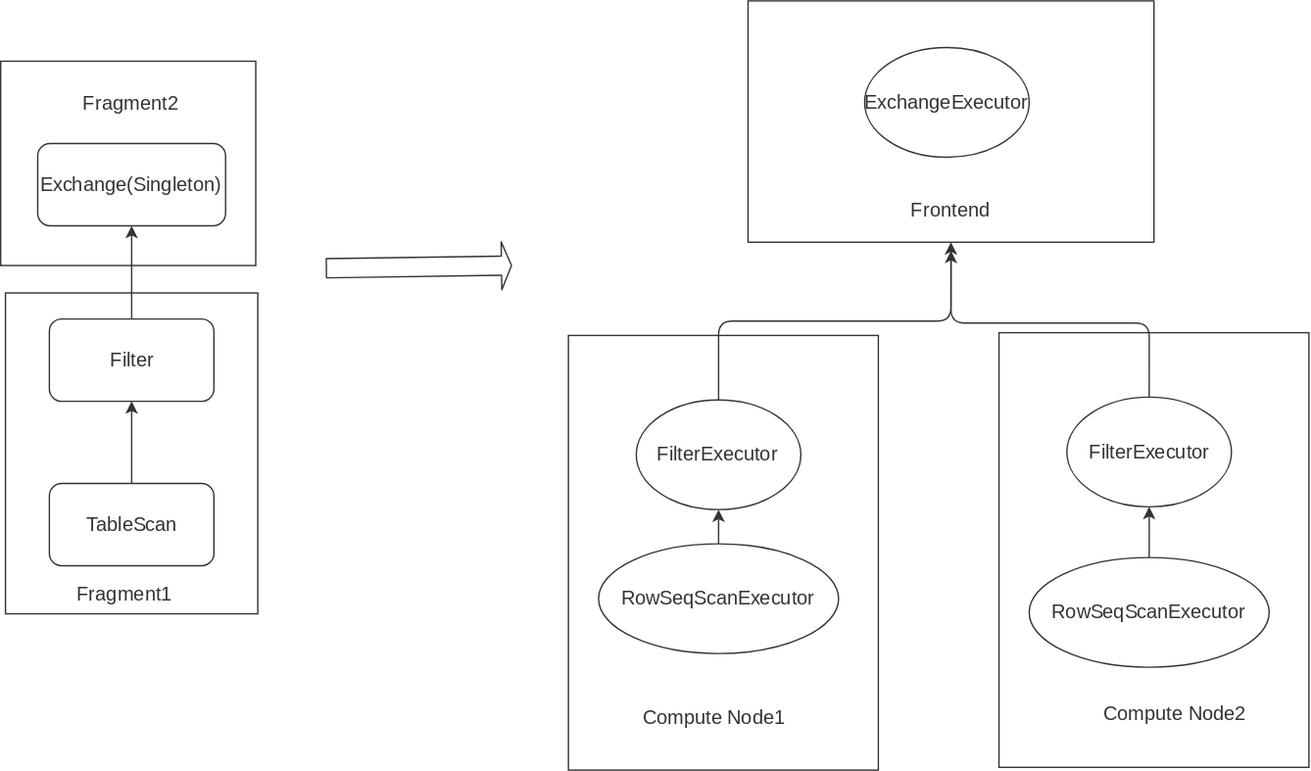
The draw.io diagram docs/images/batch-local-execution-mode/example1.svg in risingwavelabs/risingwave, before a commit. Source tidied: cells renumbered, new cells last; positions are measured from the earlier drawing's top-left corner, leaving out a move shared by most shapes. The source it was exported from:
```xml
<mxGraphModel>
  <root>
    <mxCell id="0" />
    <mxCell id="1" parent="0" />
    <mxCell id="2" style="rounded=0;whiteSpace=wrap;html=1;fontFamily=Salesforce Sans Web;fontSize=14;fontColor=#333333;strokeColor=#333333;" parent="1" vertex="1">
      <mxGeometry x="414" y="244" width="226" height="317" as="geometry" />
    </mxCell>
    <mxCell id="3" style="rounded=0;whiteSpace=wrap;html=1;fontFamily=Salesforce Sans Web;fontSize=14;fontColor=#333333;strokeColor=#333333;" parent="1" vertex="1">
      <mxGeometry x="545" width="296" height="176" as="geometry" />
    </mxCell>
    <mxCell id="4" style="rounded=0;whiteSpace=wrap;html=1;fontFamily=Salesforce Sans Web;fontSize=14;fontColor=#333333;strokeColor=#333333;" parent="1" vertex="1">
      <mxGeometry y="44" width="186" height="149" as="geometry" />
    </mxCell>
    <mxCell id="5" style="rounded=0;whiteSpace=wrap;html=1;fontFamily=Salesforce Sans Web;fontSize=14;fontColor=#333333;strokeColor=#333333;" parent="1" vertex="1">
      <mxGeometry x="3.5" y="213" width="184" height="234" as="geometry" />
    </mxCell>
    <mxCell id="6" value="Exchange(Singleton)" style="rounded=1;whiteSpace=wrap;html=1;fontFamily=Salesforce Sans Web;fontSize=14;fontColor=#333333;strokeColor=#333333;" parent="1" vertex="1">
      <mxGeometry x="27" y="104" width="137" height="60" as="geometry" />
    </mxCell>
    <mxCell id="7" style="edgeStyle=orthogonalEdgeStyle;jettySize=auto;html=1;fontFamily=Salesforce Sans Web;fontSize=13;fontColor=#333333;strokeColor=#333333;" parent="1" edge="1" source="8" target="6">
      <mxGeometry relative="1" as="geometry" />
    </mxCell>
    <mxCell id="8" value="Filter" style="whiteSpace=wrap;html=1;fontSize=14;fontFamily=Salesforce Sans Web;strokeColor=#333333;fontColor=#333333;rounded=1;" parent="1" vertex="1">
      <mxGeometry x="35.5" y="232" width="120" height="60" as="geometry" />
    </mxCell>
    <mxCell id="9" style="edgeStyle=orthogonalEdgeStyle;jettySize=auto;html=1;fontFamily=Salesforce Sans Web;fontSize=13;fontColor=#333333;strokeColor=#333333;" parent="1" edge="1" source="10" target="8">
      <mxGeometry relative="1" as="geometry" />
    </mxCell>
    <mxCell id="10" value="TableScan" style="whiteSpace=wrap;html=1;fontSize=14;fontFamily=Salesforce Sans Web;strokeColor=#333333;fontColor=#333333;rounded=1;" parent="1" vertex="1">
      <mxGeometry x="35.5" y="352" width="120" height="60" as="geometry" />
    </mxCell>
    <mxCell id="11" value="Fragment1" style="text;html=1;align=center;verticalAlign=middle;strokeColor=none;fillColor=none;fontSize=14;fontFamily=Salesforce Sans Web;fontColor=#333333;" parent="1" vertex="1">
      <mxGeometry x="50" y="422" width="80" height="21" as="geometry" />
    </mxCell>
    <mxCell id="12" value="Fragment2" style="text;html=1;strokeColor=none;fillColor=none;align=center;verticalAlign=middle;whiteSpace=wrap;rounded=0;fontFamily=Salesforce Sans Web;fontSize=14;fontColor=#333333;" parent="1" vertex="1">
      <mxGeometry x="65.5" y="60" width="60" height="30" as="geometry" />
    </mxCell>
    <mxCell id="13" value="ExchangeExecutor" style="ellipse;whiteSpace=wrap;html=1;fontFamily=Salesforce Sans Web;fontSize=14;fontColor=#333333;strokeColor=#333333;" parent="1" vertex="1">
      <mxGeometry x="630" y="34" width="120" height="80" as="geometry" />
    </mxCell>
    <mxCell id="14" value="Frontend" style="text;html=1;strokeColor=none;fillColor=none;align=center;verticalAlign=middle;whiteSpace=wrap;rounded=0;fontFamily=Salesforce Sans Web;fontSize=14;fontColor=#333333;" parent="1" vertex="1">
      <mxGeometry x="663" y="138" width="60" height="30" as="geometry" />
    </mxCell>
    <mxCell id="15" style="edgeStyle=orthogonalEdgeStyle;jettySize=auto;html=1;fontFamily=Salesforce Sans Web;fontSize=13;fontColor=#333333;strokeColor=#333333;" parent="1" edge="1" source="16" target="3">
      <mxGeometry relative="1" as="geometry" />
    </mxCell>
    <mxCell id="16" value="FilterExecutor" style="ellipse;whiteSpace=wrap;html=1;fontFamily=Salesforce Sans Web;fontSize=14;fontColor=#333333;strokeColor=#333333;" parent="1" vertex="1">
      <mxGeometry x="463.5" y="291" width="120" height="80" as="geometry" />
    </mxCell>
    <mxCell id="17" style="edgeStyle=orthogonalEdgeStyle;jettySize=auto;html=1;fontFamily=Salesforce Sans Web;fontSize=13;fontColor=#333333;strokeColor=#333333;" parent="1" edge="1" source="18" target="16">
      <mxGeometry relative="1" as="geometry" />
    </mxCell>
    <mxCell id="18" value="RowSeqScanExecutor" style="ellipse;whiteSpace=wrap;html=1;fontFamily=Salesforce Sans Web;fontSize=14;fontColor=#333333;strokeColor=#333333;" parent="1" vertex="1">
      <mxGeometry x="436" y="396" width="175" height="80" as="geometry" />
    </mxCell>
    <mxCell id="19" value="Compute Node1" style="text;html=1;strokeColor=none;fillColor=none;align=center;verticalAlign=middle;whiteSpace=wrap;rounded=0;fontFamily=Salesforce Sans Web;fontSize=14;fontColor=#333333;" parent="1" vertex="1">
      <mxGeometry x="456.5" y="508" width="127" height="30" as="geometry" />
    </mxCell>
    <mxCell id="20" style="rounded=0;whiteSpace=wrap;html=1;fontFamily=Salesforce Sans Web;fontSize=14;fontColor=#333333;strokeColor=#333333;" parent="1" vertex="1">
      <mxGeometry x="728" y="242" width="226" height="317" as="geometry" />
    </mxCell>
    <mxCell id="21" style="edgeStyle=orthogonalEdgeStyle;jettySize=auto;html=1;fontFamily=Salesforce Sans Web;fontSize=13;fontColor=#333333;strokeColor=#333333;exitX=0.5;exitY=0;exitDx=0;exitDy=0;" parent="1" edge="1" source="22">
      <mxGeometry relative="1" as="geometry">
        <mxPoint x="693" y="182.2" as="targetPoint" />
        <Array as="points">
          <mxPoint x="838" y="235" />
          <mxPoint x="693" y="235" />
        </Array>
      </mxGeometry>
    </mxCell>
    <mxCell id="22" value="FilterExecutor" style="ellipse;whiteSpace=wrap;html=1;fontFamily=Salesforce Sans Web;fontSize=14;fontColor=#333333;strokeColor=#333333;" parent="1" vertex="1">
      <mxGeometry x="777.5" y="289" width="120" height="80" as="geometry" />
    </mxCell>
    <mxCell id="23" style="edgeStyle=orthogonalEdgeStyle;jettySize=auto;html=1;fontFamily=Salesforce Sans Web;fontSize=13;fontColor=#333333;strokeColor=#333333;" parent="1" edge="1" source="24" target="22">
      <mxGeometry relative="1" as="geometry" />
    </mxCell>
    <mxCell id="24" value="RowSeqScanExecutor" style="ellipse;whiteSpace=wrap;html=1;fontFamily=Salesforce Sans Web;fontSize=14;fontColor=#333333;strokeColor=#333333;" parent="1" vertex="1">
      <mxGeometry x="750" y="406" width="175" height="80" as="geometry" />
    </mxCell>
    <mxCell id="25" value="Compute Node2" style="text;html=1;strokeColor=none;fillColor=none;align=center;verticalAlign=middle;whiteSpace=wrap;rounded=0;fontFamily=Salesforce Sans Web;fontSize=14;fontColor=#333333;" parent="1" vertex="1">
      <mxGeometry x="793" y="505" width="127" height="30" as="geometry" />
    </mxCell>
    <mxCell id="26" style="shape=flexArrow;endArrow=classic;html=1;fontFamily=Salesforce Sans Web;fontSize=13;fontColor=#333333;strokeColor=#333333;width=14;endSize=2.1;" parent="1" edge="1">
      <mxGeometry relative="1" as="geometry">
        <mxPoint x="237" y="195" as="sourcePoint" />
        <mxPoint x="373" y="193" as="targetPoint" />
      </mxGeometry>
    </mxCell>
  </root>
</mxGraphModel>
```
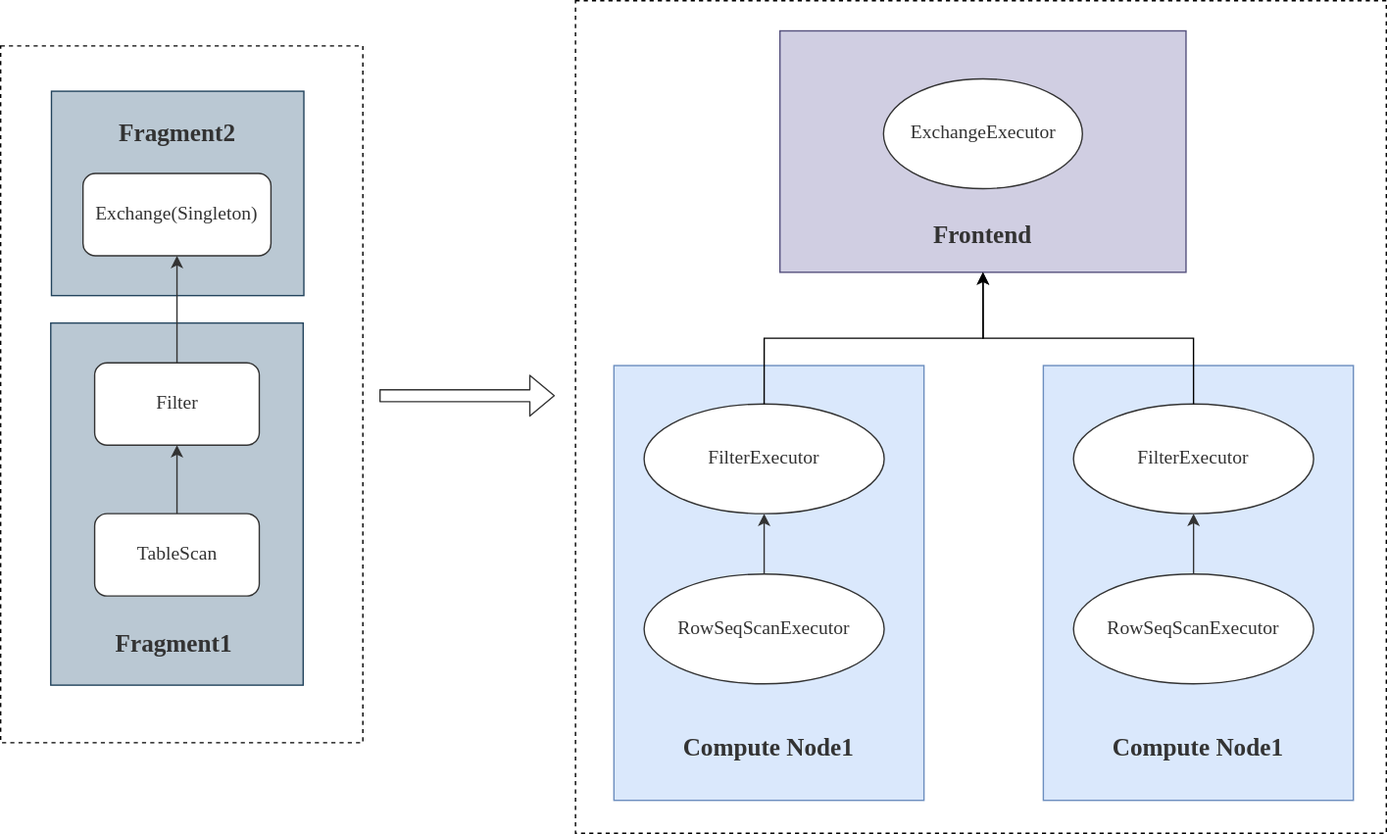
Above is the later version.

Diff of the diagram source:
```diff
@@ -2,17 +2,23 @@
   <root>
     <mxCell id="0" />
     <mxCell id="1" parent="0" />
+    <mxCell id="27" style="rounded=0;whiteSpace=wrap;html=1;dashed=1;fontFamily=Helvetica;fontSize=14;fillColor=none;" parent="1" vertex="1">
+      <mxGeometry x="386" y="-22" width="591" height="607" as="geometry" />
+    </mxCell>
+    <mxCell id="28" style="rounded=0;whiteSpace=wrap;html=1;dashed=1;fontFamily=Helvetica;fontSize=14;fillColor=none;" parent="1" vertex="1">
+      <mxGeometry x="-33" y="11" width="264" height="508" as="geometry" />
+    </mxCell>
-    <mxCell id="2" style="rounded=0;whiteSpace=wrap;html=1;fontFamily=Salesforce Sans Web;fontSize=14;fontColor=#333333;strokeColor=#333333;" parent="1" vertex="1">
+    <mxCell id="2" style="rounded=0;whiteSpace=wrap;html=1;fontFamily=Salesforce Sans Web;fontSize=14;strokeColor=#6c8ebf;fillColor=#dae8fc;" parent="1" vertex="1">
       <mxGeometry x="414" y="244" width="226" height="317" as="geometry" />
     </mxCell>
-    <mxCell id="3" style="rounded=0;whiteSpace=wrap;html=1;fontFamily=Salesforce Sans Web;fontSize=14;fontColor=#333333;strokeColor=#333333;" parent="1" vertex="1">
-      <mxGeometry x="545" width="296" height="176" as="geometry" />
+    <mxCell id="3" style="rounded=0;whiteSpace=wrap;html=1;fontFamily=Salesforce Sans Web;fontSize=14;strokeColor=#56517e;fillColor=#d0cee2;" parent="1" vertex="1">
+      <mxGeometry x="535" width="296" height="176" as="geometry" />
     </mxCell>
-    <mxCell id="4" style="rounded=0;whiteSpace=wrap;html=1;fontFamily=Salesforce Sans Web;fontSize=14;fontColor=#333333;strokeColor=#333333;" parent="1" vertex="1">
-      <mxGeometry y="44" width="186" height="149" as="geometry" />
+    <mxCell id="4" style="rounded=0;whiteSpace=wrap;html=1;fontFamily=Salesforce Sans Web;fontSize=14;strokeColor=#23445d;fillColor=#bac8d3;" parent="1" vertex="1">
+      <mxGeometry x="4" y="44" width="184" height="149" as="geometry" />
     </mxCell>
-    <mxCell id="5" style="rounded=0;whiteSpace=wrap;html=1;fontFamily=Salesforce Sans Web;fontSize=14;fontColor=#333333;strokeColor=#333333;" parent="1" vertex="1">
-      <mxGeometry x="3.5" y="213" width="184" height="234" as="geometry" />
+    <mxCell id="5" style="rounded=0;whiteSpace=wrap;html=1;fontFamily=Salesforce Sans Web;fontSize=14;strokeColor=#23445d;fillColor=#bac8d3;" parent="1" vertex="1">
+      <mxGeometry x="3.5" y="213" width="184" height="264" as="geometry" />
     </mxCell>
     <mxCell id="6" value="Exchange(Singleton)" style="rounded=1;whiteSpace=wrap;html=1;fontFamily=Salesforce Sans Web;fontSize=14;fontColor=#333333;strokeColor=#333333;" parent="1" vertex="1">
       <mxGeometry x="27" y="104" width="137" height="60" as="geometry" />
@@ -21,7 +27,7 @@
       <mxGeometry relative="1" as="geometry" />
     </mxCell>
     <mxCell id="8" value="Filter" style="whiteSpace=wrap;html=1;fontSize=14;fontFamily=Salesforce Sans Web;strokeColor=#333333;fontColor=#333333;rounded=1;" parent="1" vertex="1">
-      <mxGeometry x="35.5" y="232" width="120" height="60" as="geometry" />
+      <mxGeometry x="35.5" y="242" width="120" height="60" as="geometry" />
     </mxCell>
     <mxCell id="9" style="edgeStyle=orthogonalEdgeStyle;jettySize=auto;html=1;fontFamily=Salesforce Sans Web;fontSize=13;fontColor=#333333;strokeColor=#333333;" parent="1" edge="1" source="10" target="8">
       <mxGeometry relative="1" as="geometry" />
@@ -29,62 +35,56 @@
     <mxCell id="10" value="TableScan" style="whiteSpace=wrap;html=1;fontSize=14;fontFamily=Salesforce Sans Web;strokeColor=#333333;fontColor=#333333;rounded=1;" parent="1" vertex="1">
       <mxGeometry x="35.5" y="352" width="120" height="60" as="geometry" />
     </mxCell>
-    <mxCell id="11" value="Fragment1" style="text;html=1;align=center;verticalAlign=middle;strokeColor=none;fillColor=none;fontSize=14;fontFamily=Salesforce Sans Web;fontColor=#333333;" parent="1" vertex="1">
-      <mxGeometry x="50" y="422" width="80" height="21" as="geometry" />
+    <mxCell id="11" value="&lt;font style=&quot;font-size: 18px;&quot;&gt;Fragment1&lt;/font&gt;" style="text;html=1;align=center;verticalAlign=middle;strokeColor=none;fillColor=none;fontSize=14;fontFamily=Salesforce Sans Web;fontColor=#333333;fontStyle=1;" parent="1" vertex="1">
+      <mxGeometry x="39" y="429.5" width="107" height="34" as="geometry" />
     </mxCell>
-    <mxCell id="12" value="Fragment2" style="text;html=1;strokeColor=none;fillColor=none;align=center;verticalAlign=middle;whiteSpace=wrap;rounded=0;fontFamily=Salesforce Sans Web;fontSize=14;fontColor=#333333;" parent="1" vertex="1">
+    <mxCell id="12" value="&lt;font style=&quot;font-size: 18px;&quot;&gt;Fragment2&lt;/font&gt;" style="text;html=1;strokeColor=none;fillColor=none;align=center;verticalAlign=middle;whiteSpace=wrap;rounded=0;fontFamily=Salesforce Sans Web;fontSize=14;fontColor=#333333;fontStyle=1;" parent="1" vertex="1">
       <mxGeometry x="65.5" y="60" width="60" height="30" as="geometry" />
     </mxCell>
     <mxCell id="13" value="ExchangeExecutor" style="ellipse;whiteSpace=wrap;html=1;fontFamily=Salesforce Sans Web;fontSize=14;fontColor=#333333;strokeColor=#333333;" parent="1" vertex="1">
-      <mxGeometry x="630" y="34" width="120" height="80" as="geometry" />
+      <mxGeometry x="610.5" y="35" width="145" height="80" as="geometry" />
     </mxCell>
-    <mxCell id="14" value="Frontend" style="text;html=1;strokeColor=none;fillColor=none;align=center;verticalAlign=middle;whiteSpace=wrap;rounded=0;fontFamily=Salesforce Sans Web;fontSize=14;fontColor=#333333;" parent="1" vertex="1">
-      <mxGeometry x="663" y="138" width="60" height="30" as="geometry" />
+    <mxCell id="14" value="&lt;font style=&quot;font-size: 18px;&quot;&gt;Frontend&lt;/font&gt;" style="text;html=1;strokeColor=none;fillColor=none;align=center;verticalAlign=middle;whiteSpace=wrap;rounded=0;fontFamily=Salesforce Sans Web;fontSize=14;fontColor=#333333;fontStyle=1;" parent="1" vertex="1">
+      <mxGeometry x="653" y="134" width="60" height="30" as="geometry" />
     </mxCell>
-    <mxCell id="15" style="edgeStyle=orthogonalEdgeStyle;jettySize=auto;html=1;fontFamily=Salesforce Sans Web;fontSize=13;fontColor=#333333;strokeColor=#333333;" parent="1" edge="1" source="16" target="3">
-      <mxGeometry relative="1" as="geometry" />
-    </mxCell>
-    <mxCell id="16" value="FilterExecutor" style="ellipse;whiteSpace=wrap;html=1;fontFamily=Salesforce Sans Web;fontSize=14;fontColor=#333333;strokeColor=#333333;" parent="1" vertex="1">
-      <mxGeometry x="463.5" y="291" width="120" height="80" as="geometry" />
-    </mxCell>
-    <mxCell id="17" style="edgeStyle=orthogonalEdgeStyle;jettySize=auto;html=1;fontFamily=Salesforce Sans Web;fontSize=13;fontColor=#333333;strokeColor=#333333;" parent="1" edge="1" source="18" target="16">
+    <mxCell id="17" style="edgeStyle=orthogonalEdgeStyle;jettySize=auto;html=1;fontFamily=Salesforce Sans Web;fontSize=13;fontColor=#333333;strokeColor=#333333;entryX=0.5;entryY=1;entryDx=0;entryDy=0;" parent="1" edge="1" source="18" target="29">
       <mxGeometry relative="1" as="geometry" />
     </mxCell>
     <mxCell id="18" value="RowSeqScanExecutor" style="ellipse;whiteSpace=wrap;html=1;fontFamily=Salesforce Sans Web;fontSize=14;fontColor=#333333;strokeColor=#333333;" parent="1" vertex="1">
       <mxGeometry x="436" y="396" width="175" height="80" as="geometry" />
     </mxCell>
-    <mxCell id="19" value="Compute Node1" style="text;html=1;strokeColor=none;fillColor=none;align=center;verticalAlign=middle;whiteSpace=wrap;rounded=0;fontFamily=Salesforce Sans Web;fontSize=14;fontColor=#333333;" parent="1" vertex="1">
-      <mxGeometry x="456.5" y="508" width="127" height="30" as="geometry" />
+    <mxCell id="19" value="&lt;font style=&quot;font-size: 18px;&quot;&gt;Compute Node1&lt;/font&gt;" style="text;html=1;strokeColor=none;fillColor=none;align=center;verticalAlign=middle;whiteSpace=wrap;rounded=0;fontFamily=Salesforce Sans Web;fontSize=14;fontColor=#333333;fontStyle=1;" parent="1" vertex="1">
+      <mxGeometry x="440.2" y="508" width="173.5" height="30" as="geometry" />
     </mxCell>
-    <mxCell id="20" style="rounded=0;whiteSpace=wrap;html=1;fontFamily=Salesforce Sans Web;fontSize=14;fontColor=#333333;strokeColor=#333333;" parent="1" vertex="1">
-      <mxGeometry x="728" y="242" width="226" height="317" as="geometry" />
-    </mxCell>
-    <mxCell id="21" style="edgeStyle=orthogonalEdgeStyle;jettySize=auto;html=1;fontFamily=Salesforce Sans Web;fontSize=13;fontColor=#333333;strokeColor=#333333;exitX=0.5;exitY=0;exitDx=0;exitDy=0;" parent="1" edge="1" source="22">
-      <mxGeometry relative="1" as="geometry">
-        <mxPoint x="693" y="182.2" as="targetPoint" />
-        <Array as="points">
-          <mxPoint x="838" y="235" />
-          <mxPoint x="693" y="235" />
-        </Array>
-      </mxGeometry>
-    </mxCell>
-    <mxCell id="22" value="FilterExecutor" style="ellipse;whiteSpace=wrap;html=1;fontFamily=Salesforce Sans Web;fontSize=14;fontColor=#333333;strokeColor=#333333;" parent="1" vertex="1">
-      <mxGeometry x="777.5" y="289" width="120" height="80" as="geometry" />
-    </mxCell>
-    <mxCell id="23" style="edgeStyle=orthogonalEdgeStyle;jettySize=auto;html=1;fontFamily=Salesforce Sans Web;fontSize=13;fontColor=#333333;strokeColor=#333333;" parent="1" edge="1" source="24" target="22">
-      <mxGeometry relative="1" as="geometry" />
-    </mxCell>
+    <mxCell id="26" style="shape=flexArrow;endArrow=classic;html=1;fontFamily=Salesforce Sans Web;fontSize=13;fontColor=#333333;strokeColor=#333333;width=8.636363636363635;endSize=5.6;" parent="1" edge="1">
+      <mxGeometry relative="1" as="geometry">
+        <mxPoint x="243" y="266" as="sourcePoint" />
+        <mxPoint x="371" y="266" as="targetPoint" />
+      </mxGeometry>
+    </mxCell>
+    <mxCell id="29" value="FilterExecutor" style="ellipse;whiteSpace=wrap;html=1;fontFamily=Salesforce Sans Web;fontSize=14;fontColor=#333333;strokeColor=#333333;" parent="1" vertex="1">
+      <mxGeometry x="436" y="272" width="175" height="80" as="geometry" />
+    </mxCell>
+    <mxCell id="30" style="rounded=0;whiteSpace=wrap;html=1;fontFamily=Salesforce Sans Web;fontSize=14;strokeColor=#6c8ebf;fillColor=#dae8fc;" parent="1" vertex="1">
+      <mxGeometry x="727" y="244" width="226" height="317" as="geometry" />
+    </mxCell>
+    <mxCell id="31" style="edgeStyle=orthogonalEdgeStyle;jettySize=auto;html=1;fontFamily=Salesforce Sans Web;fontSize=13;fontColor=#333333;strokeColor=#333333;entryX=0.5;entryY=1;entryDx=0;entryDy=0;" parent="1" edge="1" source="24" target="33">
+      <mxGeometry relative="1" as="geometry" />
+    </mxCell>
     <mxCell id="24" value="RowSeqScanExecutor" style="ellipse;whiteSpace=wrap;html=1;fontFamily=Salesforce Sans Web;fontSize=14;fontColor=#333333;strokeColor=#333333;" parent="1" vertex="1">
-      <mxGeometry x="750" y="406" width="175" height="80" as="geometry" />
+      <mxGeometry x="749" y="396" width="175" height="80" as="geometry" />
     </mxCell>
-    <mxCell id="25" value="Compute Node2" style="text;html=1;strokeColor=none;fillColor=none;align=center;verticalAlign=middle;whiteSpace=wrap;rounded=0;fontFamily=Salesforce Sans Web;fontSize=14;fontColor=#333333;" parent="1" vertex="1">
-      <mxGeometry x="793" y="505" width="127" height="30" as="geometry" />
-    </mxCell>
-    <mxCell id="26" style="shape=flexArrow;endArrow=classic;html=1;fontFamily=Salesforce Sans Web;fontSize=13;fontColor=#333333;strokeColor=#333333;width=14;endSize=2.1;" parent="1" edge="1">
-      <mxGeometry relative="1" as="geometry">
-        <mxPoint x="237" y="195" as="sourcePoint" />
-        <mxPoint x="373" y="193" as="targetPoint" />
-      </mxGeometry>
-    </mxCell>
+    <mxCell id="32" value="&lt;font style=&quot;font-size: 18px;&quot;&gt;Compute Node1&lt;/font&gt;" style="text;html=1;strokeColor=none;fillColor=none;align=center;verticalAlign=middle;whiteSpace=wrap;rounded=0;fontFamily=Salesforce Sans Web;fontSize=14;fontColor=#333333;fontStyle=1;" parent="1" vertex="1">
+      <mxGeometry x="753.2" y="508" width="173.5" height="30" as="geometry" />
+    </mxCell>
+    <mxCell id="33" value="FilterExecutor" style="ellipse;whiteSpace=wrap;html=1;fontFamily=Salesforce Sans Web;fontSize=14;fontColor=#333333;strokeColor=#333333;" parent="1" vertex="1">
+      <mxGeometry x="749" y="272" width="175" height="80" as="geometry" />
+    </mxCell>
+    <mxCell id="34" style="edgeStyle=orthogonalEdgeStyle;rounded=0;jettySize=auto;html=1;exitX=0.5;exitY=0;exitDx=0;exitDy=0;entryX=0.5;entryY=1;entryDx=0;entryDy=0;fontFamily=Helvetica;fontSize=18;fontColor=#616161;strokeColor=#000000;" parent="1" edge="1" source="29" target="3">
+      <mxGeometry relative="1" as="geometry" />
+    </mxCell>
+    <mxCell id="35" style="edgeStyle=orthogonalEdgeStyle;rounded=0;jettySize=auto;html=1;exitX=0.5;exitY=0;exitDx=0;exitDy=0;fontFamily=Helvetica;fontSize=18;fontColor=#616161;strokeColor=#000000;entryX=0.5;entryY=1;entryDx=0;entryDy=0;" parent="1" edge="1" source="33" target="3">
+      <mxGeometry relative="1" as="geometry" />
+    </mxCell>
   </root>
 </mxGraphModel>
```
